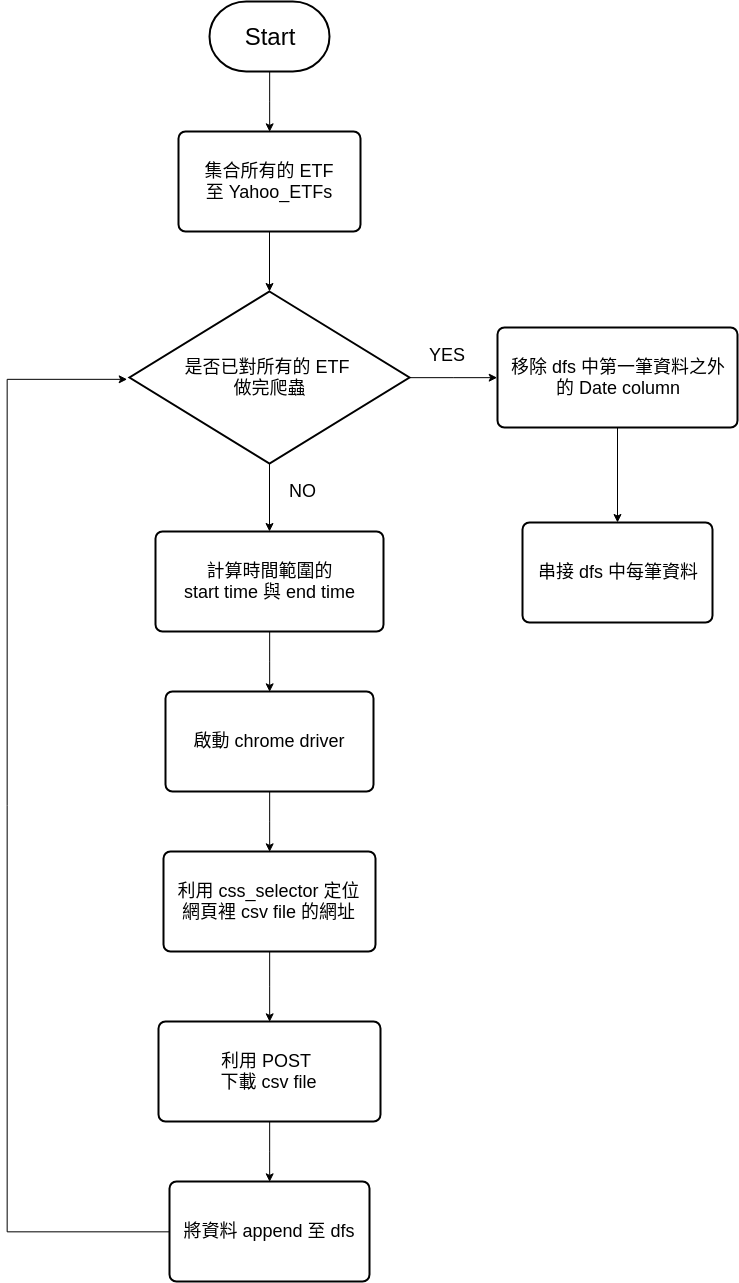
Above: hw1/Diagram.png in ntuyoyo0/Fintech_HW (draw.io), before the change. Source tidied: cells renumbered, new cells last; positions are measured from the earlier drawing's top-left corner, leaving out a move shared by most shapes.
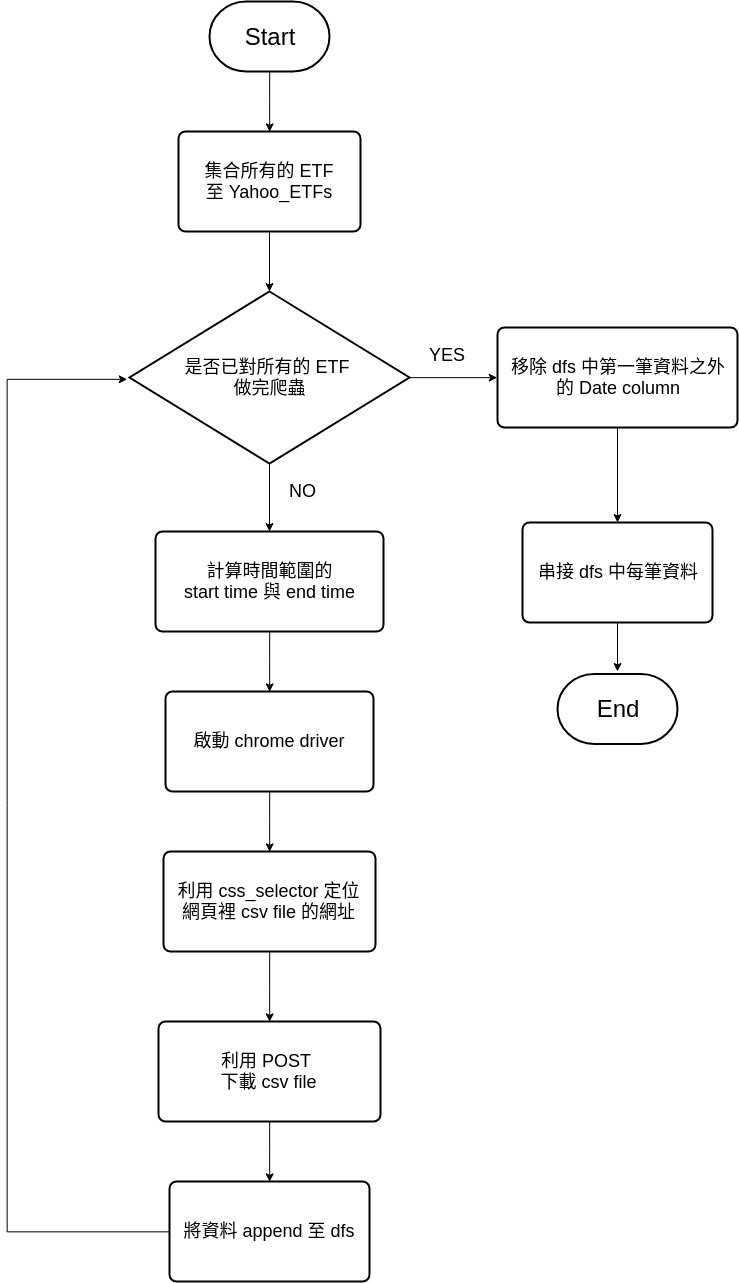
After the commit.

Diff of the diagram source:
```diff
@@ -70,8 +70,16 @@
     <mxCell id="22" value="&lt;font style=&quot;font-size: 18px&quot;&gt;YES&lt;/font&gt;" style="text;html=1;align=left;verticalAlign=top;spacingTop=-4;" parent="1" vertex="1">
       <mxGeometry x="420" y="341" width="50" height="20" as="geometry" />
     </mxCell>
+    <mxCell id="24" style="edgeStyle=orthogonalEdgeStyle;rounded=0;jettySize=auto;html=1;" parent="1" edge="1" source="23">
+      <mxGeometry relative="1" as="geometry">
+        <mxPoint x="610" y="670" as="targetPoint" />
+      </mxGeometry>
+    </mxCell>
     <mxCell id="23" value="&lt;font style=&quot;font-size: 18px&quot;&gt;串接&amp;nbsp;&lt;span&gt;dfs 中每筆資料&lt;/span&gt;&lt;/font&gt;" style="rounded=1;whiteSpace=wrap;html=1;absoluteArcSize=1;arcSize=14;strokeWidth=2;" parent="1" vertex="1">
       <mxGeometry x="515" y="521" width="190" height="100" as="geometry" />
     </mxCell>
+    <mxCell id="25" value="&lt;span style=&quot;font-size: 24px&quot;&gt;End&lt;/span&gt;" style="strokeWidth=2;html=1;shape=mxgraph.flowchart.terminator;whiteSpace=wrap;" parent="1" vertex="1">
+      <mxGeometry x="550" y="672.5" width="120" height="70" as="geometry" />
+    </mxCell>
   </root>
 </mxGraphModel>
```
